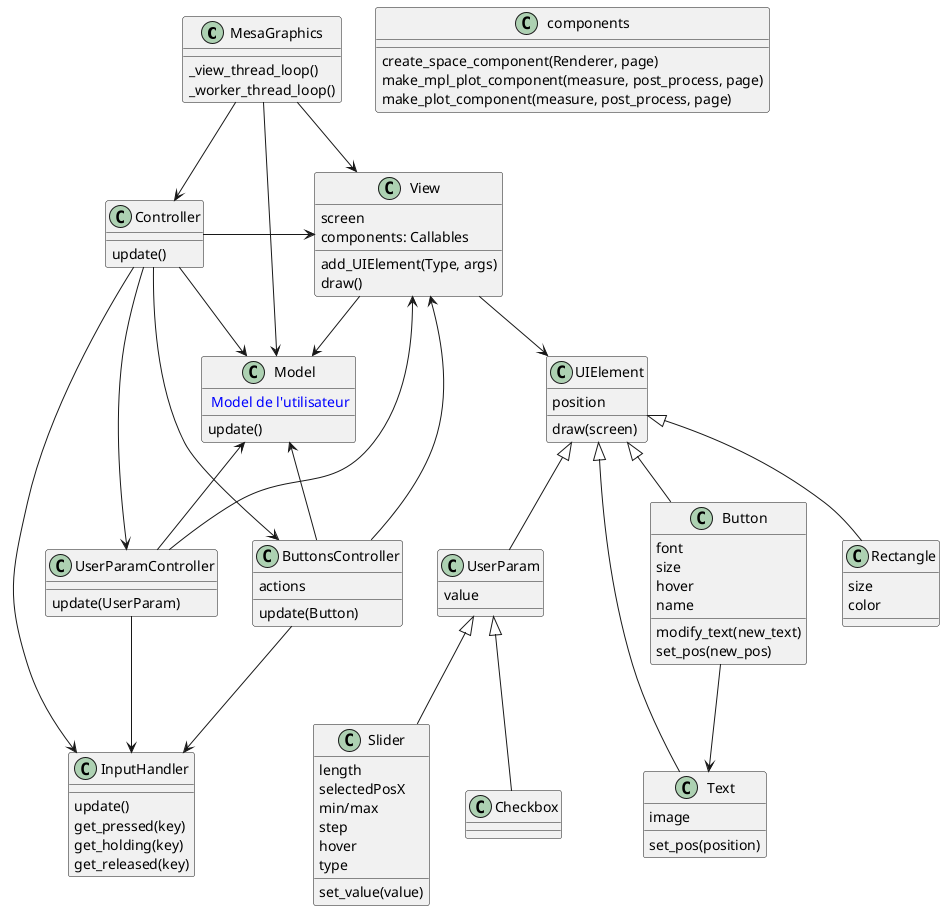
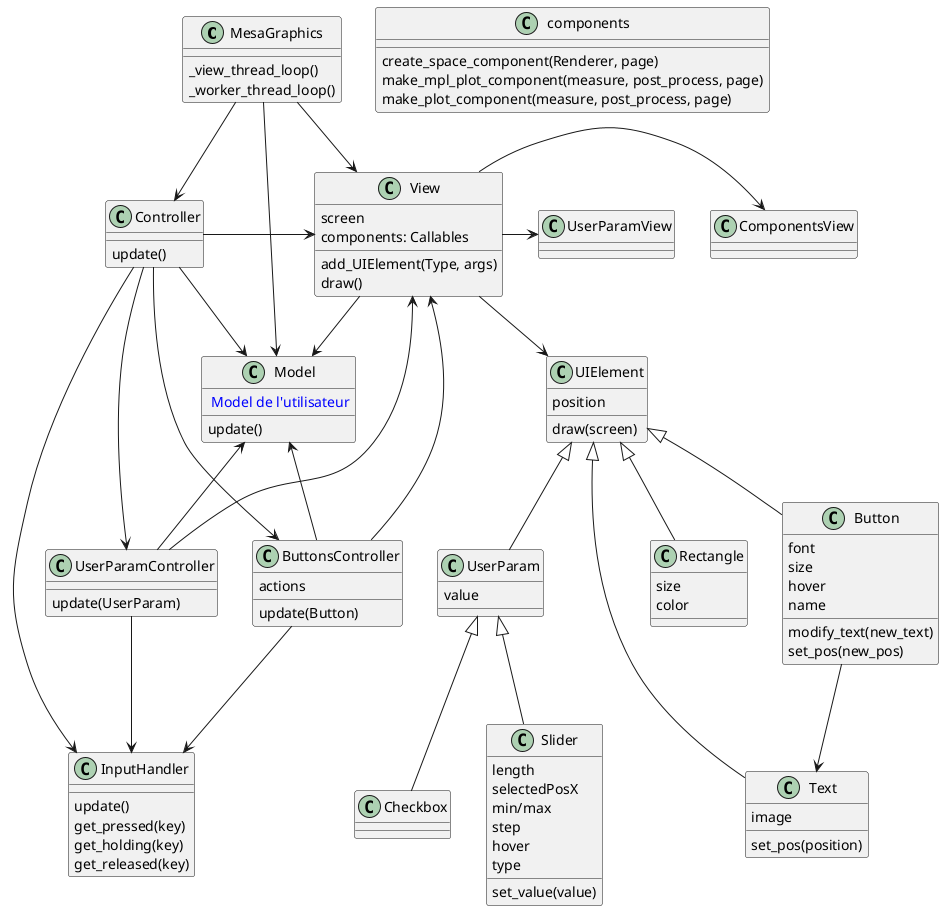
@startuml

class MesaGraphics
MesaGraphics : _view_thread_loop()
MesaGraphics : _worker_thread_loop()

class View
View : screen
View : components: Callables
View : add_UIElement(Type, args)
View : draw()

class Controller
Controller : update()

Controller -> View
Controller -> Model
View --> Model

MesaGraphics --> View
MesaGraphics --> Controller
MesaGraphics --> Model

/' ########## Controller part ########## '/

class InputHandler
InputHandler : update()
InputHandler : get_pressed(key)
InputHandler : get_holding(key)
InputHandler : get_released(key)

Controller --> InputHandler

class ButtonsController
ButtonsController : actions
ButtonsController : update(Button)
Controller --> ButtonsController
View <-- ButtonsController
Model <-- ButtonsController
ButtonsController --> InputHandler


class UserParamController
UserParamController : update(UserParam)
Controller --> UserParamController
View <-- UserParamController
Model <-- UserParamController
UserParamController --> InputHandler

/' ########## Model part ########## '/

class Model
Model : <color:blue> Model de l'utilisateur
Model : update()

/' ##########  View part ########## '/


+ class ComponentsView
+ View -> ComponentsView
+ 
+ class UserParamView
+ View -> UserParamView
+ 
class UIElement
UIElement : position
UIElement : draw(screen)
View --> UIElement

class Rectangle
UIElement <|-- Rectangle
Rectangle : size
Rectangle : color

class Text
Text : image
Text : set_pos(position)
UIElement <|-- Text

class Button
Button : font
Button : size
Button : hover
Button : name
Button : modify_text(new_text)
Button : set_pos(new_pos)
UIElement <|-- Button
Button --> Text

class UserParam
UserParam : value
UIElement <|-- UserParam

class Slider
Slider : length
Slider : selectedPosX
Slider : min/max
Slider : step
Slider : hover
Slider : type
Slider : set_value(value)
UserParam <|-- Slider

class Checkbox
UserParam <|-- Checkbox


class components
components : create_space_component(Renderer, page)
components : make_mpl_plot_component(measure, post_process, page)
components : make_plot_component(measure, post_process, page)

@enduml